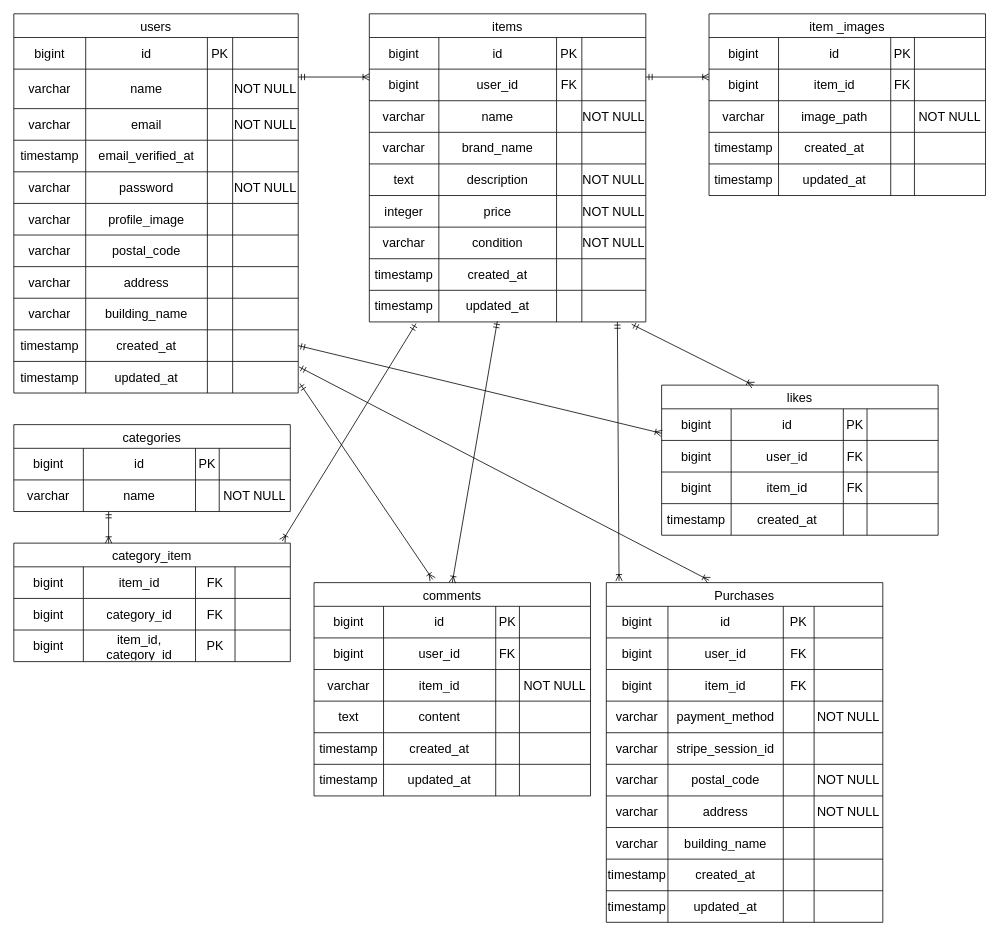
Before: Marketplace APP.drawio in uedarina24-hue/Marketplace-Application, a draw.io diagram. Source tidied: cells renumbered, new cells numbered last; positions are measured from the earlier drawing's top-left corner, leaving out a move shared by most shapes. Both pictures are drawn from the tidied source at 79%, with x=0, y=0 at pixel (13, 13).
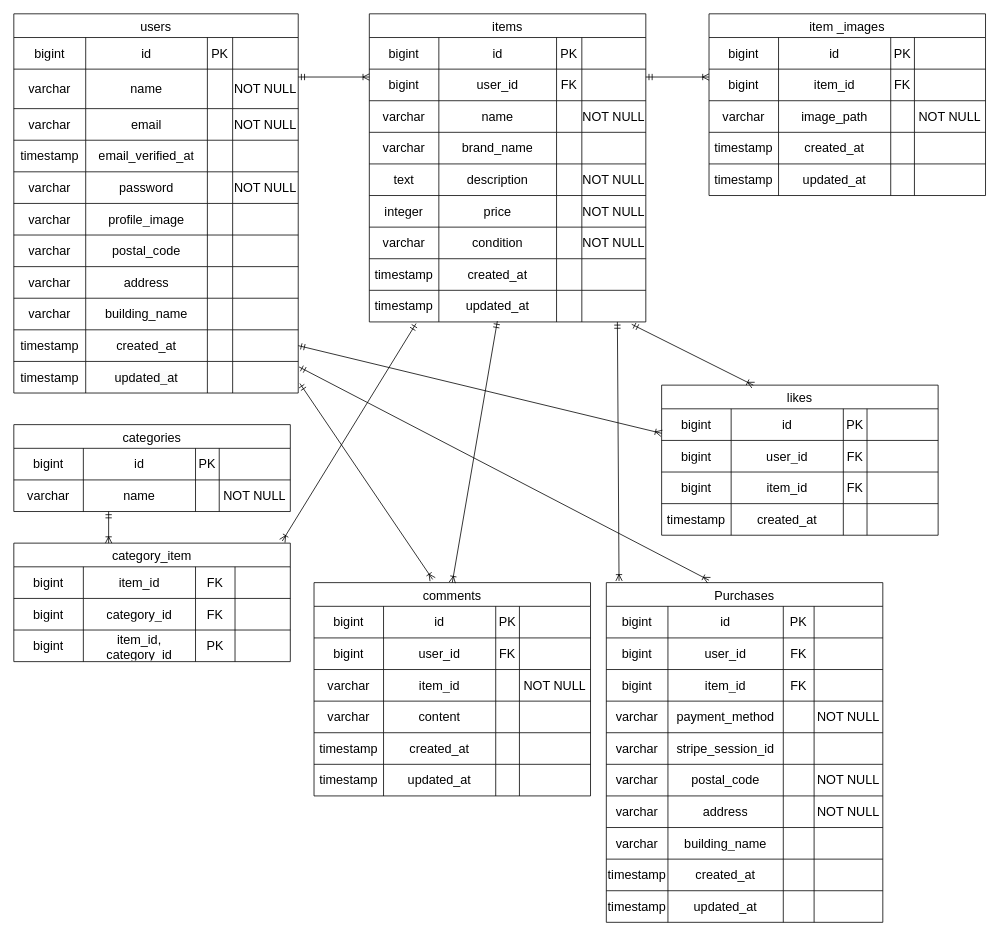
The same diagram, later.

Unchanged cells that the change refers to:
```xml
<mxCell id="245" style="shape=tableRow;horizontal=0;startSize=0;swimlaneHead=0;swimlaneBody=0;strokeColor=inherit;top=0;left=0;bottom=0;right=0;fillColor=none;fontSize=16;" parent="229" vertex="1">
  <mxGeometry y="150" width="350" height="40" as="geometry" />
</mxCell>
```

What changed in the source:
```diff
@@
-    <mxCell id="246" value="text" style="shape=partialRectangle;html=1;whiteSpace=wrap;strokeColor=inherit;overflow=hidden;fillColor=none;top=0;left=0;bottom=0;right=0;fontSize=16;" parent="245" vertex="1">
+    <mxCell id="246" value="&lt;span style=&quot;color: rgb(0, 0, 0);&quot;&gt;varchar&lt;/span&gt;" style="shape=partialRectangle;html=1;whiteSpace=wrap;strokeColor=inherit;overflow=hidden;fillColor=none;top=0;left=0;bottom=0;right=0;fontSize=16;" parent="245" vertex="1">
       <mxGeometry width="88" height="40" as="geometry" />
     </mxCell>
```
